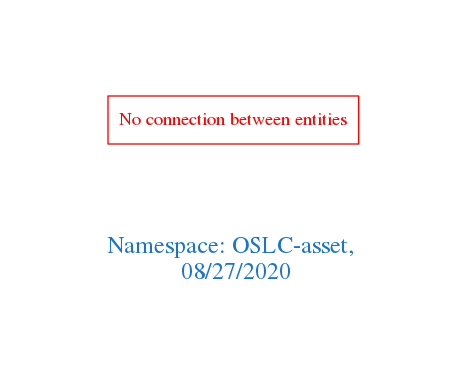
This is downloads/OSLC-asset.png from arago/OGIT, a Graphviz export, as it was before one commit. Its source is kept beside it as downloads/OSLC-asset.dot.
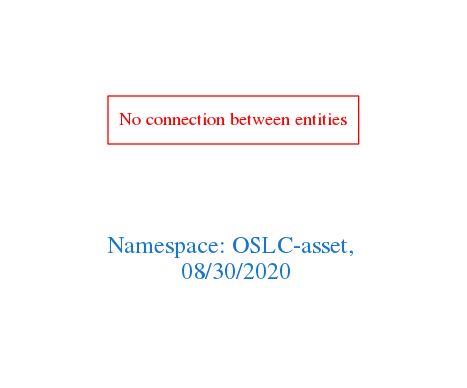
Above is the later version.

The edit, as a diff of the source:
```diff
@@ -1,7 +1,7 @@
 digraph OGIT_ontology {
  graph [ rankdir= LR,pad=1
 fontsize = 18,
-fontcolor= dodgerblue3,label = "\n\n\nNamespace: OSLC-asset, \n 08/27/2020"];
+fontcolor= dodgerblue3,label = "\n\n\nNamespace: OSLC-asset, \n 08/30/2020"];
 node[shape=polygon];
 edge [  color="gray81"];
 
```
